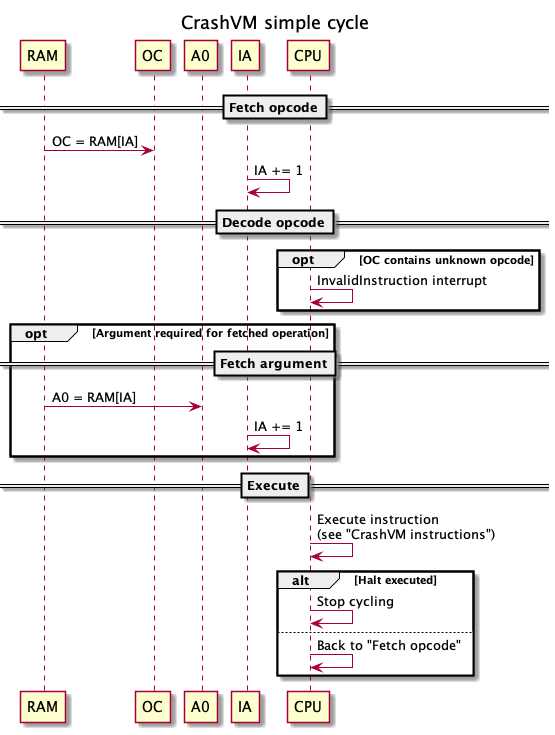
Earlier version of the PlantUML export doc/simple_cycle.png (hypafrag/crash-vm).
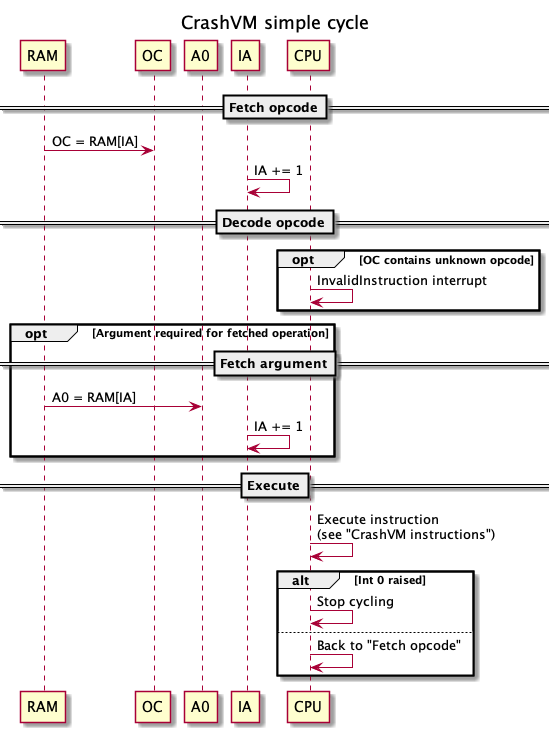
Later version of the same file.

Diff of the diagram source:
```diff
@@ -21,7 +21,7 @@
 end
 ==Execute==
 CPU -> CPU: Execute instruction\n(see "CrashVM instructions")
-alt Halt executed
+alt Int 0 raised
     CPU -> CPU: Stop cycling
 else
     CPU -> CPU: Back to "Fetch opcode"
```
